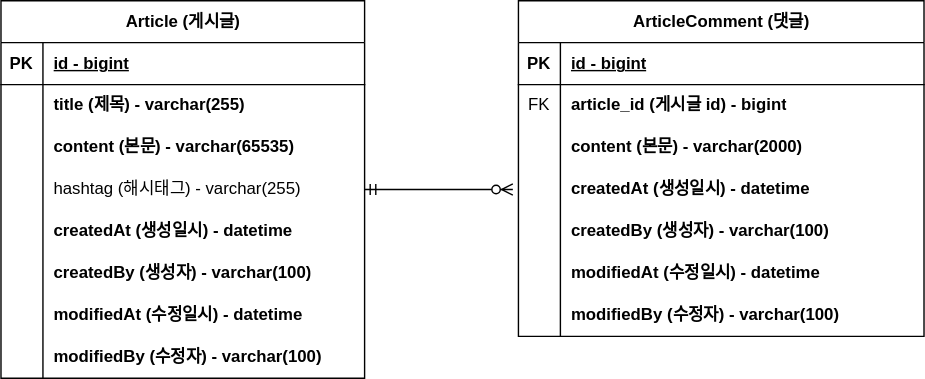
Earlier version of the draw.io export document/project-board-erd.svg (Airysm/fastcampus-project-board). Source tidied: cells renumbered, new cells last; positions are measured from the earlier drawing's top-left corner, leaving out a move shared by most shapes.
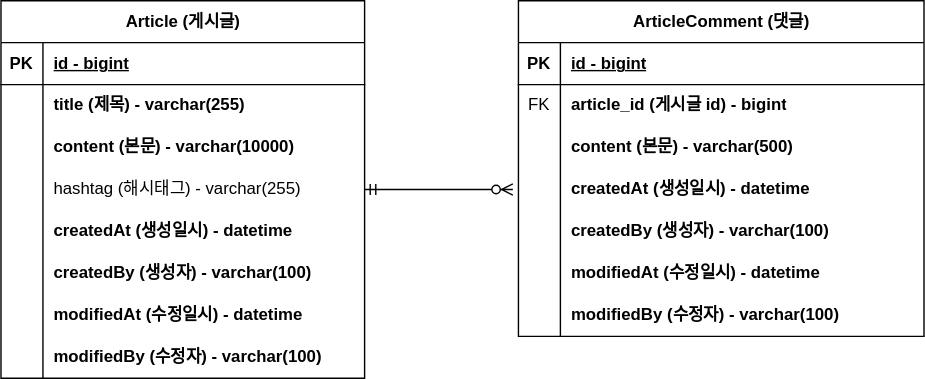
The same diagram one commit later.

Commit message:
#8 - erd 업데이트: content  사이즈 변경

The edit, as a diff of the source:
```diff
@@ -29,7 +29,7 @@
     <mxCell id="10" style="shape=partialRectangle;fillColor=none;top=0;left=0;bottom=0;right=0;overflow=hidden;whiteSpace=wrap;html=1;" parent="9" vertex="1">
       <mxGeometry width="30" height="30" as="geometry" />
     </mxCell>
-    <mxCell id="11" value="content (본문) - varchar(65535)" style="shape=partialRectangle;fillColor=none;top=0;left=0;bottom=0;right=0;align=left;spacingLeft=6;overflow=hidden;whiteSpace=wrap;html=1;fontStyle=1;" parent="9" vertex="1">
+    <mxCell id="11" value="content (본문) - varchar(10000)" style="shape=partialRectangle;fillColor=none;top=0;left=0;bottom=0;right=0;align=left;spacingLeft=6;overflow=hidden;whiteSpace=wrap;html=1;fontStyle=1;" parent="9" vertex="1">
       <mxGeometry x="30" width="230" height="30" as="geometry" />
     </mxCell>
     <mxCell id="12" style="shape=tableRow;horizontal=0;startSize=0;swimlaneHead=0;swimlaneBody=0;fillColor=none;points=[[0,0.5],[1,0.5]];portConstraint=eastwest;top=0;left=0;right=0;bottom=0;" parent="2" vertex="1">
@@ -107,7 +107,7 @@
     <mxCell id="36" style="shape=partialRectangle;fillColor=none;top=0;left=0;bottom=0;right=0;overflow=hidden;whiteSpace=wrap;html=1;" parent="35" vertex="1">
       <mxGeometry width="30" height="30" as="geometry" />
     </mxCell>
-    <mxCell id="37" value="content (본문) - varchar(2000)" style="shape=partialRectangle;fillColor=none;top=0;left=0;bottom=0;right=0;align=left;spacingLeft=6;overflow=hidden;whiteSpace=wrap;html=1;fontStyle=1;" parent="35" vertex="1">
+    <mxCell id="37" value="content (본문) - varchar(500)" style="shape=partialRectangle;fillColor=none;top=0;left=0;bottom=0;right=0;align=left;spacingLeft=6;overflow=hidden;whiteSpace=wrap;html=1;fontStyle=1;" parent="35" vertex="1">
       <mxGeometry x="30" width="260" height="30" as="geometry" />
     </mxCell>
     <mxCell id="38" style="shape=tableRow;horizontal=0;startSize=0;swimlaneHead=0;swimlaneBody=0;fillColor=none;top=0;left=0;right=0;bottom=0;" parent="28" vertex="1">
```
